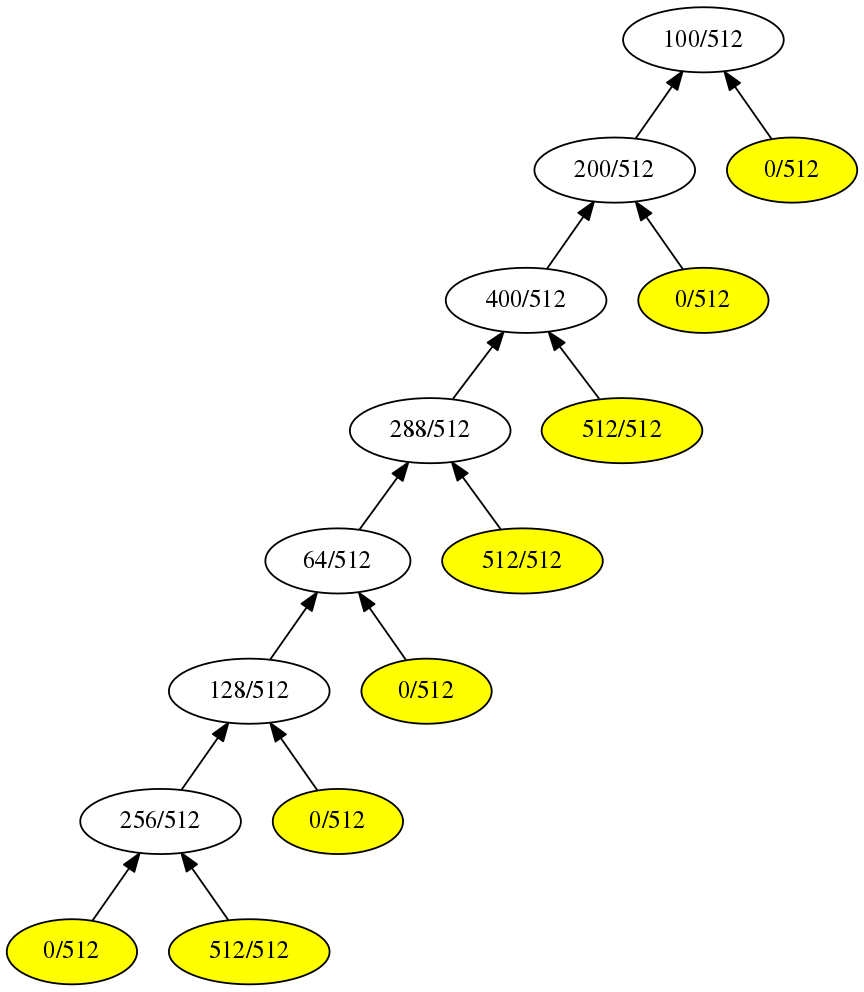
The Graphviz diagram GuiTool/image/BitScanning/BitScanningDot.png in iitramar/guiTool, before a commit. Its source is kept beside it as GuiTool/image/BitScanning/BitScanningDot.dot.
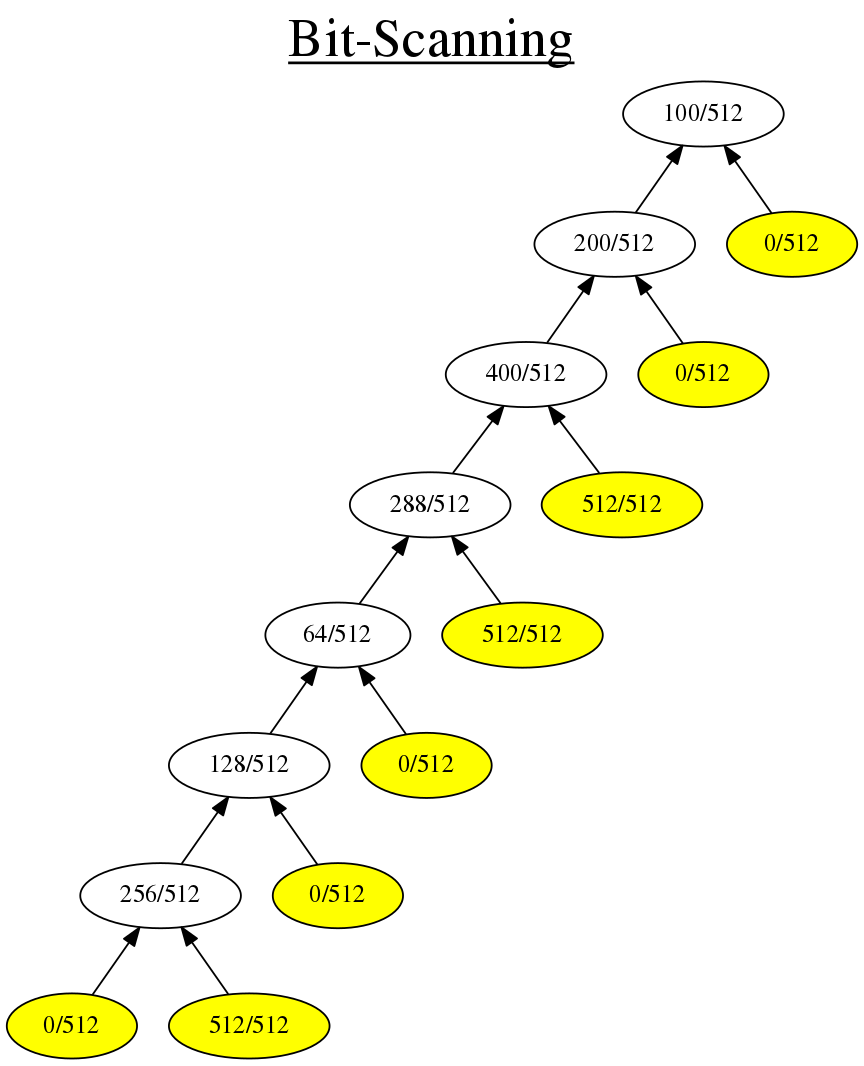
After the commit.

Change to the diagram source:
```diff
@@ -1,5 +1,6 @@
 digraph G {
 rankdir = BT;
+graph [label= <<u>Bit-Scanning</u>> , labelloc=t, fontsize=30];
 1[label= " 100/512 " ];
 2[label= " 200/512 " ];
 2->1
```
